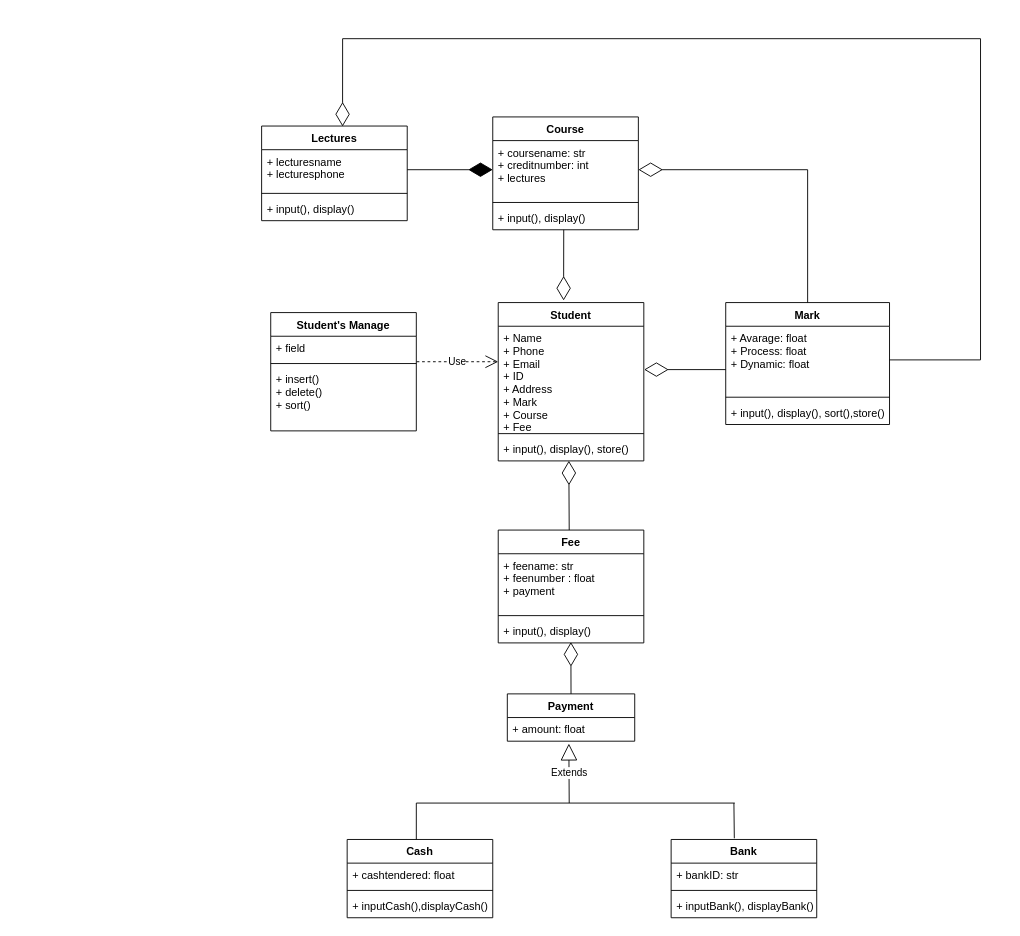
This is Untitled Diagram.drawio from RifleB-1311/Baitap1-nhom2, a draw.io file, before an edit. Source tidied: cells renumbered, new cells numbered last; positions are measured from the earlier drawing's top-left corner, leaving out a move shared by most shapes. Both pictures are drawn from the tidied source at 91%, with x=0, y=0 at pixel (261, 38).
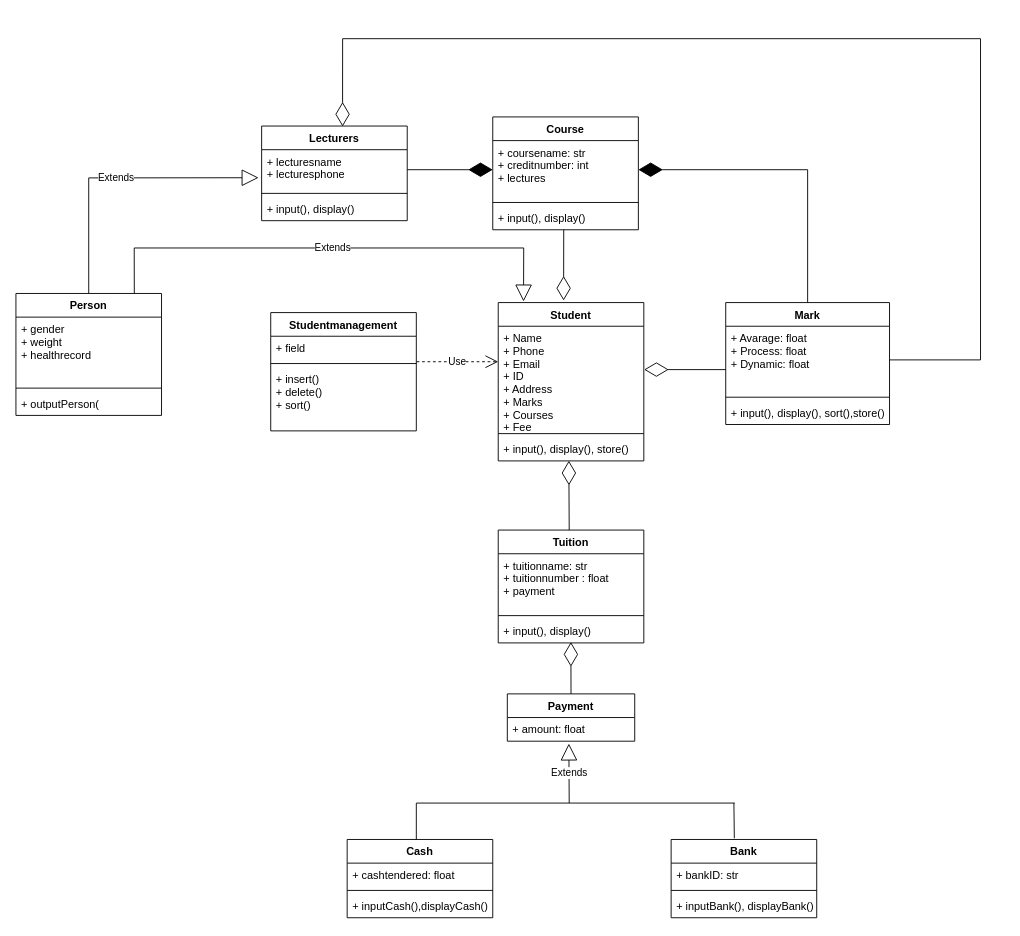
Above is the later version.

Unchanged cells that the change refers to:
```xml
<mxCell id="2" value="Student" style="swimlane;fontStyle=1;align=center;verticalAlign=top;horizontal=1;startSize=26;" parent="1" vertex="1">
  <mxGeometry x="260" y="290" width="160" height="174" as="geometry" />
</mxCell>
<mxCell id="6" value="Mark" style="swimlane;fontStyle=1;align=center;verticalAlign=top;horizontal=1;startSize=26;" parent="1" vertex="1">
  <mxGeometry x="510" y="290" width="180" height="134" as="geometry" />
</mxCell>
<mxCell id="11" value="+ coursename: str&#10;+ creditnumber: int&#10;+ lectures" style="text;strokeColor=none;fillColor=none;align=left;verticalAlign=top;spacingLeft=4;spacingRight=4;overflow=hidden;points=[[0,0.5],[1,0.5]];portConstraint=eastwest;" parent="10" vertex="1">
  <mxGeometry y="26" width="160" height="64" as="geometry" />
</mxCell>
<mxCell id="32" value="+ lecturesname&#10;+ lecturesphone" style="text;strokeColor=none;fillColor=none;align=left;verticalAlign=top;spacingLeft=4;spacingRight=4;overflow=hidden;points=[[0,0.5],[1,0.5]];portConstraint=eastwest;" parent="31" vertex="1">
  <mxGeometry y="26" width="160" height="44" as="geometry" />
</mxCell>
```

Diff of the diagram source:
```diff
@@
-    <mxCell id="3" value="+ Name&#10;+ Phone&#10;+ Email&#10;+ ID&#10;+ Address&#10;+ Mark&#10;+ Course&#10;+ Fee" style="text;strokeColor=none;fillColor=none;align=left;verticalAlign=top;spacingLeft=4;spacingRight=4;overflow=hidden;points=[[0,0.5],[1,0.5]];portConstraint=eastwest;" parent="2" vertex="1">
+    <mxCell id="3" value="+ Name&#10;+ Phone&#10;+ Email&#10;+ ID&#10;+ Address&#10;+ Marks&#10;+ Courses&#10;+ Fee" style="text;strokeColor=none;fillColor=none;align=left;verticalAlign=top;spacingLeft=4;spacingRight=4;overflow=hidden;points=[[0,0.5],[1,0.5]];portConstraint=eastwest;" parent="2" vertex="1">
       <mxGeometry y="26" width="160" height="114" as="geometry" />
     </mxCell>
@@
-    <mxCell id="14" value="Fee" style="swimlane;fontStyle=1;align=center;verticalAlign=top;horizontal=1;startSize=26;" parent="1" vertex="1">
+    <mxCell id="14" value="Tuition" style="swimlane;fontStyle=1;align=center;verticalAlign=top;horizontal=1;startSize=26;" parent="1" vertex="1">
       <mxGeometry x="260" y="540" width="160" height="124" as="geometry" />
     </mxCell>
-    <mxCell id="15" value="+ feename: str&#10;+ feenumber : float&#10;+ payment" style="text;strokeColor=none;fillColor=none;align=left;verticalAlign=top;spacingLeft=4;spacingRight=4;overflow=hidden;" parent="14" vertex="1">
+    <mxCell id="15" value="+ tuitionname: str&#10;+ tuitionnumber : float&#10;+ payment" style="text;strokeColor=none;fillColor=none;align=left;verticalAlign=top;spacingLeft=4;spacingRight=4;overflow=hidden;" parent="14" vertex="1">
       <mxGeometry y="26" width="160" height="64" as="geometry" />
     </mxCell>
@@
-    <mxCell id="26" value="Student's Manage" style="swimlane;fontStyle=1;align=center;verticalAlign=top;horizontal=1;startSize=26;" parent="1" vertex="1">
+    <mxCell id="26" value="Studentmanagement" style="swimlane;fontStyle=1;align=center;verticalAlign=top;horizontal=1;startSize=26;" parent="1" vertex="1">
       <mxGeometry x="10" y="301" width="160" height="130" as="geometry" />
     </mxCell>
@@
-    <mxCell id="31" value="Lectures" style="swimlane;fontStyle=1;align=center;verticalAlign=top;horizontal=1;startSize=26;" parent="1" vertex="1">
+    <mxCell id="31" value="Lecturers" style="swimlane;fontStyle=1;align=center;verticalAlign=top;horizontal=1;startSize=26;" parent="1" vertex="1">
       <mxGeometry y="96" width="160" height="104" as="geometry" />
     </mxCell>
@@
-    <mxCell id="36" style="endArrow=diamondThin;endFill=0;endSize=24;html=1;rounded=0;exitX=0.5;exitY=0;exitDx=0;exitDy=0;entryX=1;entryY=0.5;entryDx=0;entryDy=0;" parent="1" edge="1" source="6" target="11">
-      <mxGeometry relative="1" as="geometry">
-        <Array as="points">
-          <mxPoint x="600" y="144" />
-        </Array>
-      </mxGeometry>
-    </mxCell>
@@
+    <mxCell id="48" value="Person" style="swimlane;fontStyle=1;align=center;verticalAlign=top;horizontal=1;startSize=26;" parent="1" vertex="1">
+      <mxGeometry x="-270" y="280" width="160" height="134" as="geometry" />
+    </mxCell>
+    <mxCell id="49" value="+ gender&#10;+ weight&#10;+ healthrecord" style="text;strokeColor=none;fillColor=none;align=left;verticalAlign=top;spacingLeft=4;spacingRight=4;overflow=hidden;" parent="48" vertex="1">
+      <mxGeometry y="26" width="160" height="74" as="geometry" />
+    </mxCell>
+    <mxCell id="50" style="line;strokeWidth=1;fillColor=none;align=left;verticalAlign=middle;spacingTop=-1;spacingLeft=3;spacingRight=3;labelPosition=right;" parent="48" vertex="1">
+      <mxGeometry y="100" width="160" height="8" as="geometry" />
+    </mxCell>
+    <mxCell id="51" value="+ outputPerson(" style="text;strokeColor=none;fillColor=none;align=left;verticalAlign=top;spacingLeft=4;spacingRight=4;overflow=hidden;" parent="48" vertex="1">
+      <mxGeometry y="108" width="160" height="26" as="geometry" />
+    </mxCell>
+    <mxCell id="52" value="Extends" style="endArrow=block;endSize=16;endFill=0;html=1;rounded=0;exitX=0.5;exitY=0;exitDx=0;exitDy=0;entryX=-0.021;entryY=0.7;entryDx=0;entryDy=0;entryPerimeter=0;" parent="1" edge="1" source="48" target="32">
+      <mxGeometry relative="1" as="geometry">
+        <Array as="points">
+          <mxPoint x="-190" y="153" />
+        </Array>
+      </mxGeometry>
+    </mxCell>
+    <mxCell id="53" value="Extends" style="endArrow=block;endSize=16;endFill=0;html=1;rounded=0;exitX=0.813;exitY=0;exitDx=0;exitDy=0;exitPerimeter=0;entryX=0.174;entryY=-0.007;entryDx=0;entryDy=0;entryPerimeter=0;" parent="1" edge="1" source="48" target="2">
+      <mxGeometry relative="1" as="geometry">
+        <Array as="points">
+          <mxPoint x="-140" y="230" />
+          <mxPoint x="288" y="230" />
+        </Array>
+      </mxGeometry>
+    </mxCell>
+    <mxCell id="36" style="endArrow=diamondThin;endFill=1;endSize=24;html=1;rounded=0;entryX=1;entryY=0.5;entryDx=0;entryDy=0;exitX=0.5;exitY=0;exitDx=0;exitDy=0;" parent="1" edge="1" source="6" target="11">
+      <mxGeometry relative="1" as="geometry">
+        <Array as="points">
+          <mxPoint x="600" y="144" />
+        </Array>
+      </mxGeometry>
+    </mxCell>
```
